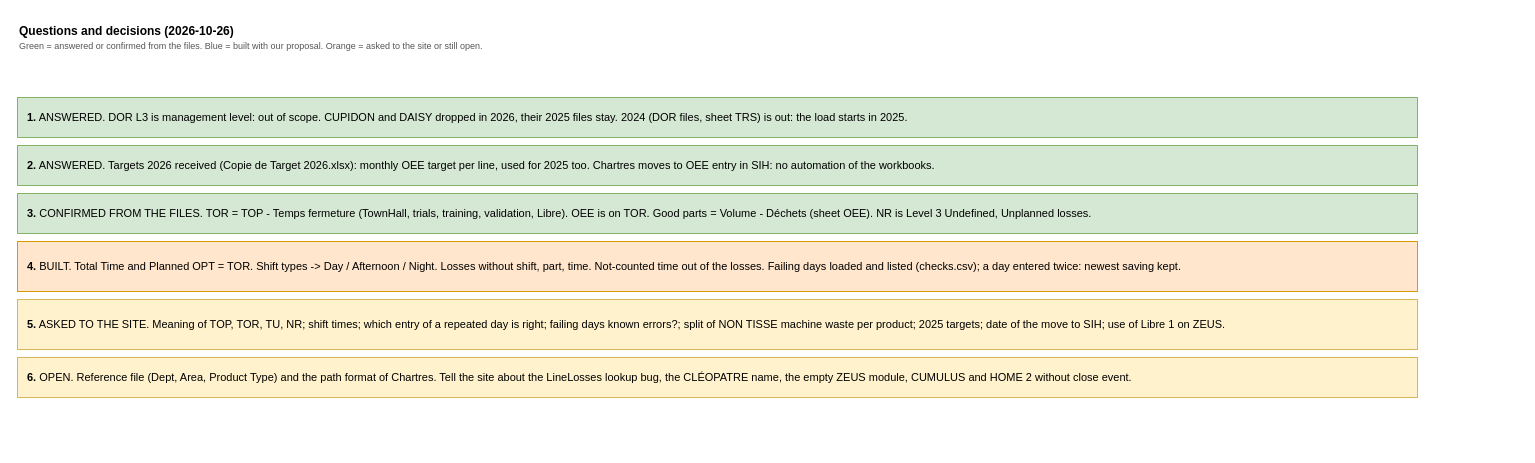
The draw.io diagram page "8 Questions" (10 of 10) of diagrams/chartres-source-map.drawio in AbiyyuMufti/SIH-IBMX-R, before the edit. Source tidied: cells renumbered, new cells numbered last; positions are measured from the earlier drawing's top-left corner, leaving out a move shared by most shapes. Both pictures are drawn from the tidied source at 100%, with x=0, y=0 at pixel (17, 17).
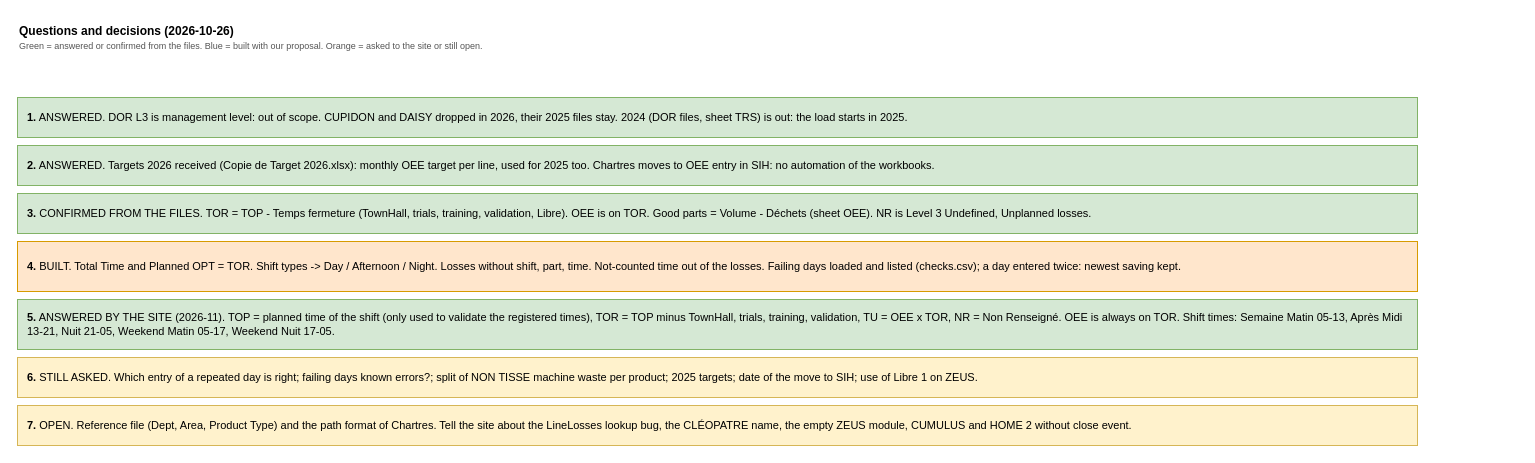
Above is the later version.

The edit, as a diff of the source:
```diff
@@
 <mxGraphModel>
   <root>
     <mxCell id="0" />
     <mxCell id="1" parent="0" />
     <mxCell id="2" value="&lt;b&gt;Questions and decisions (2026-10-26)&lt;/b&gt;&lt;br&gt;&lt;font style=&quot;font-size:9px&quot; color=&quot;#555555&quot;&gt;Green = answered or confirmed from the files. Blue = built with our proposal. Orange = asked to the site or still open.&lt;/font&gt;" style="text;html=1;whiteSpace=wrap;align=left;verticalAlign=top;fontSize=12;" parent="1" vertex="1">
       <mxGeometry width="1500" height="60" as="geometry" />
     </mxCell>
     <mxCell id="3" value="&lt;b&gt;1.&lt;/b&gt; ANSWERED. DOR L3 is management level: out of scope. CUPIDON and DAISY dropped in 2026, their 2025 files stay. 2024 (DOR files, sheet TRS) is out: the load starts in 2025." style="rounded=0;whiteSpace=wrap;html=1;align=left;verticalAlign=middle;spacingLeft=8;spacingRight=6;fontSize=11;fillColor=#d5e8d4;strokeColor=#82b366;" parent="1" vertex="1">
       <mxGeometry y="80" width="1400" height="40" as="geometry" />
     </mxCell>
     <mxCell id="4" value="&lt;b&gt;2.&lt;/b&gt; ANSWERED. Targets 2026 received (Copie de Target 2026.xlsx): monthly OEE target per line, used for 2025 too. Chartres moves to OEE entry in SIH: no automation of the workbooks." style="rounded=0;whiteSpace=wrap;html=1;align=left;verticalAlign=middle;spacingLeft=8;spacingRight=6;fontSize=11;fillColor=#d5e8d4;strokeColor=#82b366;" parent="1" vertex="1">
       <mxGeometry y="128" width="1400" height="40" as="geometry" />
     </mxCell>
     <mxCell id="5" value="&lt;b&gt;3.&lt;/b&gt; CONFIRMED FROM THE FILES. TOR = TOP - Temps fermeture (TownHall, trials, training, validation, Libre). OEE is on TOR. Good parts = Volume - Déchets (sheet OEE). NR is Level 3 Undefined, Unplanned losses." style="rounded=0;whiteSpace=wrap;html=1;align=left;verticalAlign=middle;spacingLeft=8;spacingRight=6;fontSize=11;fillColor=#d5e8d4;strokeColor=#82b366;" parent="1" vertex="1">
       <mxGeometry y="176" width="1400" height="40" as="geometry" />
     </mxCell>
     <mxCell id="6" value="&lt;b&gt;4.&lt;/b&gt; BUILT. Total Time and Planned OPT = TOR. Shift types -&amp;gt; Day / Afternoon / Night. Losses without shift, part, time. Not-counted time out of the losses. Failing days loaded and listed (checks.csv); a day entered twice: newest saving kept." style="rounded=0;whiteSpace=wrap;html=1;align=left;verticalAlign=middle;spacingLeft=8;spacingRight=6;fontSize=11;fillColor=#ffe6cc;strokeColor=#d79b00;" parent="1" vertex="1">
       <mxGeometry y="224" width="1400" height="50" as="geometry" />
     </mxCell>
-    <mxCell id="7" value="&lt;b&gt;5.&lt;/b&gt; ASKED TO THE SITE. Meaning of TOP, TOR, TU, NR; shift times; which entry of a repeated day is right; failing days known errors?; split of NON TISSE machine waste per product; 2025 targets; date of the move to SIH; use of Libre 1 on ZEUS." style="rounded=0;whiteSpace=wrap;html=1;align=left;verticalAlign=middle;spacingLeft=8;spacingRight=6;fontSize=11;fillColor=#fff2cc;strokeColor=#d6b656;" parent="1" vertex="1">
+    <mxCell id="7" value="&lt;b&gt;5.&lt;/b&gt; ANSWERED BY THE SITE (2026-11). TOP = planned time of the shift (only used to validate the registered times), TOR = TOP minus TownHall, trials, training, validation, TU = OEE x TOR, NR = Non Renseigné. OEE is always on TOR. Shift times: Semaine Matin 05-13, Après Midi 13-21, Nuit 21-05, Weekend Matin 05-17, Weekend Nuit 17-05." style="rounded=0;whiteSpace=wrap;html=1;align=left;verticalAlign=middle;spacingLeft=8;spacingRight=6;fontSize=11;fillColor=#d5e8d4;strokeColor=#82b366;" parent="1" vertex="1">
       <mxGeometry y="282" width="1400" height="50" as="geometry" />
     </mxCell>
-    <mxCell id="8" value="&lt;b&gt;6.&lt;/b&gt; OPEN. Reference file (Dept, Area, Product Type) and the path format of Chartres. Tell the site about the LineLosses lookup bug, the CLÉOPATRE name, the empty ZEUS module, CUMULUS and HOME 2 without close event." style="rounded=0;whiteSpace=wrap;html=1;align=left;verticalAlign=middle;spacingLeft=8;spacingRight=6;fontSize=11;fillColor=#fff2cc;strokeColor=#d6b656;" parent="1" vertex="1">
+    <mxCell id="8" value="&lt;b&gt;6.&lt;/b&gt; STILL ASKED. Which entry of a repeated day is right; failing days known errors?; split of NON TISSE machine waste per product; 2025 targets; date of the move to SIH; use of Libre 1 on ZEUS." style="rounded=0;whiteSpace=wrap;html=1;align=left;verticalAlign=middle;spacingLeft=8;spacingRight=6;fontSize=11;fillColor=#fff2cc;strokeColor=#d6b656;" parent="1" vertex="1">
       <mxGeometry y="340" width="1400" height="40" as="geometry" />
     </mxCell>
+    <mxCell id="9" value="&lt;b&gt;7.&lt;/b&gt; OPEN. Reference file (Dept, Area, Product Type) and the path format of Chartres. Tell the site about the LineLosses lookup bug, the CLÉOPATRE name, the empty ZEUS module, CUMULUS and HOME 2 without close event." style="rounded=0;whiteSpace=wrap;html=1;align=left;verticalAlign=middle;spacingLeft=8;spacingRight=6;fontSize=11;fillColor=#fff2cc;strokeColor=#d6b656;" parent="1" vertex="1">
+      <mxGeometry y="388" width="1400" height="40" as="geometry" />
+    </mxCell>
   </root>
 </mxGraphModel>
```
